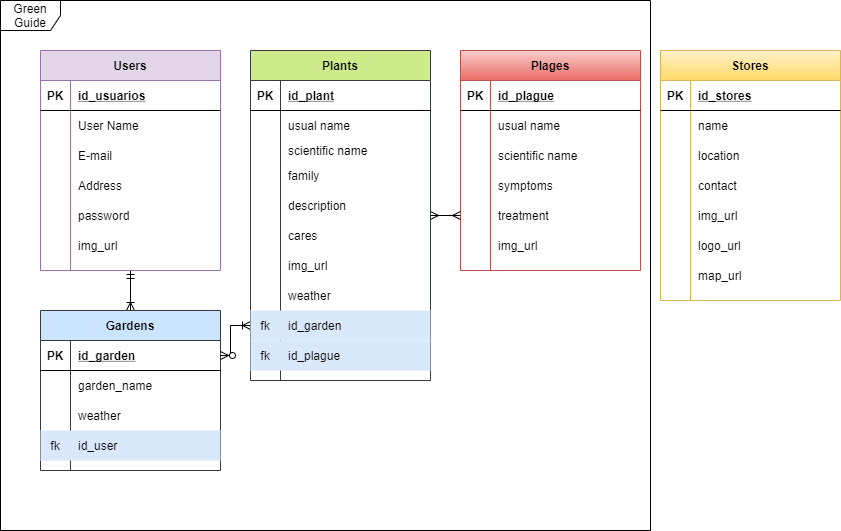
The draw.io diagram Untitled Diagram.png in Green-Guide-utch/Entity-Relationship-Model, before a commit. Source tidied: cells renumbered, new cells last; positions are measured from the earlier drawing's top-left corner, leaving out a move shared by most shapes.
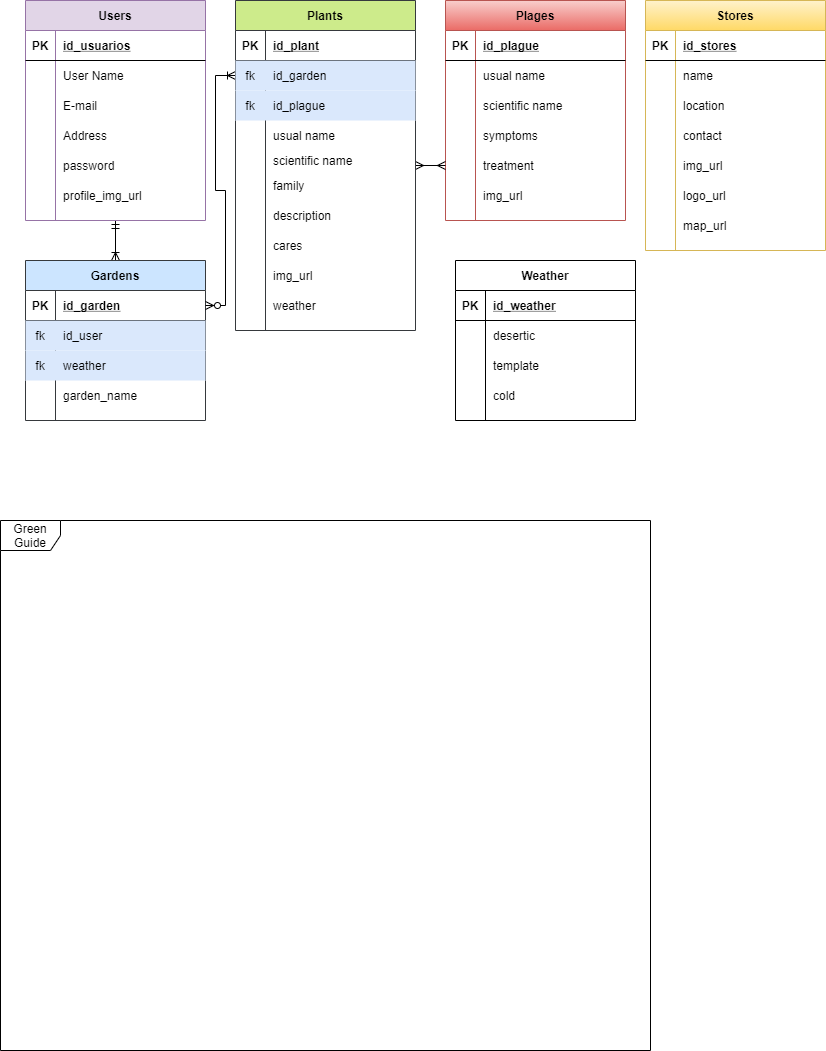
After the change.

The edit, as a diff of the source:
```diff
@@ -3,7 +3,7 @@
     <mxCell id="0" />
     <mxCell id="1" parent="0" />
     <mxCell id="2" value="Green Guide" style="shape=umlFrame;whiteSpace=wrap;html=1;" parent="1" vertex="1">
-      <mxGeometry width="650" height="530" as="geometry" />
+      <mxGeometry x="15" y="570" width="650" height="530" as="geometry" />
     </mxCell>
     <mxCell id="3" value="Plages" style="shape=table;startSize=30;rowLines=0;fontStyle=1;align=center;fillColor=#f8cecc;strokeColor=#b85450;gradientColor=#ea6b66;" parent="1" vertex="1">
       <mxGeometry x="460" y="50" width="180" height="220" as="geometry" />
@@ -122,7 +122,7 @@
     <mxCell id="41" style="shape=partialRectangle;fillColor=none;top=0;left=0;bottom=0;right=0;overflow=hidden;" parent="40" vertex="1">
       <mxGeometry width="30" height="30" as="geometry" />
     </mxCell>
-    <mxCell id="42" value="img_url" style="shape=partialRectangle;fillColor=none;top=0;left=0;bottom=0;right=0;align=left;spacingLeft=6;overflow=hidden;" parent="40" vertex="1">
+    <mxCell id="42" value="profile_img_url" style="shape=partialRectangle;fillColor=none;top=0;left=0;bottom=0;right=0;align=left;spacingLeft=6;overflow=hidden;" parent="40" vertex="1">
       <mxGeometry x="30" width="150" height="30" as="geometry" />
     </mxCell>
     <mxCell id="43" value="Gardens" style="shape=table;startSize=30;rowLines=0;fontStyle=1;align=center;fillColor=#cce5ff;strokeColor=#36393d;" parent="1" vertex="1">
@@ -137,8 +137,26 @@
     <mxCell id="46" value="id_garden" style="shape=partialRectangle;fillColor=none;top=0;left=0;bottom=0;right=0;align=left;spacingLeft=6;fontStyle=5;overflow=hidden;" parent="44" vertex="1">
       <mxGeometry x="30" width="150" height="30" as="geometry" />
     </mxCell>
+    <mxCell id="53" style="shape=partialRectangle;fillColor=#dae8fc;top=0;left=0;bottom=0;right=0;strokeColor=#6c8ebf;" parent="43" vertex="1">
+      <mxGeometry y="60" width="180" height="30" as="geometry" />
+    </mxCell>
+    <mxCell id="54" value="fk" style="shape=partialRectangle;fillColor=none;top=0;left=0;bottom=0;right=0;overflow=hidden;" parent="53" vertex="1">
+      <mxGeometry width="30" height="30" as="geometry" />
+    </mxCell>
+    <mxCell id="55" value="id_user" style="shape=partialRectangle;fillColor=none;top=0;left=0;bottom=0;right=0;align=left;spacingLeft=6;overflow=hidden;" parent="53" vertex="1">
+      <mxGeometry x="30" width="150" height="30" as="geometry" />
+    </mxCell>
+    <mxCell id="50" style="shape=partialRectangle;fillColor=#dae8fc;top=0;left=0;bottom=0;right=0;strokeColor=#6c8ebf;" parent="43" vertex="1">
+      <mxGeometry y="90" width="180" height="30" as="geometry" />
+    </mxCell>
+    <mxCell id="51" value="fk" style="shape=partialRectangle;fillColor=none;top=0;left=0;bottom=0;right=0;overflow=hidden;" parent="50" vertex="1">
+      <mxGeometry width="30" height="30" as="geometry" />
+    </mxCell>
+    <mxCell id="52" value="weather" style="shape=partialRectangle;fillColor=none;top=0;left=0;bottom=0;right=0;align=left;spacingLeft=6;overflow=hidden;" parent="50" vertex="1">
+      <mxGeometry x="30" width="150" height="30" as="geometry" />
+    </mxCell>
     <mxCell id="47" style="shape=partialRectangle;fillColor=none;top=0;left=0;bottom=0;right=0;" parent="43" vertex="1">
-      <mxGeometry y="60" width="180" height="30" as="geometry" />
+      <mxGeometry y="120" width="180" height="30" as="geometry" />
     </mxCell>
     <mxCell id="48" style="shape=partialRectangle;fillColor=none;top=0;left=0;bottom=0;right=0;overflow=hidden;" parent="47" vertex="1">
       <mxGeometry width="30" height="30" as="geometry" />
@@ -146,24 +164,6 @@
     <mxCell id="49" value="garden_name" style="shape=partialRectangle;fillColor=none;top=0;left=0;bottom=0;right=0;align=left;spacingLeft=6;overflow=hidden;" parent="47" vertex="1">
       <mxGeometry x="30" width="150" height="30" as="geometry" />
     </mxCell>
-    <mxCell id="50" style="shape=partialRectangle;fillColor=none;top=0;left=0;bottom=0;right=0;" parent="43" vertex="1">
-      <mxGeometry y="90" width="180" height="30" as="geometry" />
-    </mxCell>
-    <mxCell id="51" style="shape=partialRectangle;fillColor=none;top=0;left=0;bottom=0;right=0;overflow=hidden;" parent="50" vertex="1">
-      <mxGeometry width="30" height="30" as="geometry" />
-    </mxCell>
-    <mxCell id="52" value="weather" style="shape=partialRectangle;fillColor=none;top=0;left=0;bottom=0;right=0;align=left;spacingLeft=6;overflow=hidden;" parent="50" vertex="1">
-      <mxGeometry x="30" width="150" height="30" as="geometry" />
-    </mxCell>
-    <mxCell id="53" style="shape=partialRectangle;fillColor=#dae8fc;top=0;left=0;bottom=0;right=0;strokeColor=#6c8ebf;" parent="43" vertex="1">
-      <mxGeometry y="120" width="180" height="30" as="geometry" />
-    </mxCell>
-    <mxCell id="54" value="fk" style="shape=partialRectangle;fillColor=none;top=0;left=0;bottom=0;right=0;overflow=hidden;" parent="53" vertex="1">
-      <mxGeometry width="30" height="30" as="geometry" />
-    </mxCell>
-    <mxCell id="55" value="id_user" style="shape=partialRectangle;fillColor=none;top=0;left=0;bottom=0;right=0;align=left;spacingLeft=6;overflow=hidden;" parent="53" vertex="1">
-      <mxGeometry x="30" width="150" height="30" as="geometry" />
-    </mxCell>
     <mxCell id="56" style="edgeStyle=orthogonalEdgeStyle;rounded=0;jettySize=auto;html=1;entryX=1;entryY=0.5;entryDx=0;entryDy=0;endArrow=ERzeroToMany;endFill=1;startArrow=ERoneToMany;startFill=0;" parent="1" edge="1" source="82" target="44">
       <mxGeometry relative="1" as="geometry" />
     </mxCell>
@@ -179,8 +179,26 @@
     <mxCell id="60" value="id_plant" style="shape=partialRectangle;fillColor=none;top=0;left=0;bottom=0;right=0;align=left;spacingLeft=6;fontStyle=5;overflow=hidden;" parent="58" vertex="1">
       <mxGeometry x="30" width="150" height="30" as="geometry" />
     </mxCell>
+    <mxCell id="82" style="shape=partialRectangle;fillColor=#dae8fc;top=0;left=0;bottom=0;right=0;points=[[0,0.5],[1,0.5]];portConstraint=eastwest;strokeColor=#6c8ebf;" parent="57" vertex="1">
+      <mxGeometry y="60" width="180" height="30" as="geometry" />
+    </mxCell>
+    <mxCell id="83" value="fk" style="shape=partialRectangle;fillColor=none;top=0;left=0;bottom=0;right=0;overflow=hidden;" parent="82" vertex="1">
+      <mxGeometry width="30" height="30" as="geometry" />
+    </mxCell>
+    <mxCell id="84" value="id_garden" style="shape=partialRectangle;fillColor=none;top=0;left=0;bottom=0;right=0;align=left;spacingLeft=6;overflow=hidden;" parent="82" vertex="1">
+      <mxGeometry x="30" width="150" height="30" as="geometry" />
+    </mxCell>
+    <mxCell id="85" style="shape=partialRectangle;fillColor=#dae8fc;top=0;left=0;bottom=0;right=0;strokeColor=#6c8ebf;" parent="57" vertex="1">
+      <mxGeometry y="90" width="180" height="30" as="geometry" />
+    </mxCell>
+    <mxCell id="86" value="fk" style="shape=partialRectangle;fillColor=none;top=0;left=0;bottom=0;right=0;overflow=hidden;" parent="85" vertex="1">
+      <mxGeometry width="30" height="30" as="geometry" />
+    </mxCell>
+    <mxCell id="87" value="id_plague" style="shape=partialRectangle;top=0;left=0;bottom=0;right=0;align=left;spacingLeft=6;overflow=hidden;gradientColor=#ffffff;fillColor=none;" parent="85" vertex="1">
+      <mxGeometry x="30" width="150" height="30" as="geometry" />
+    </mxCell>
     <mxCell id="61" style="shape=partialRectangle;fillColor=none;top=0;left=0;bottom=0;right=0;" parent="57" vertex="1">
-      <mxGeometry y="60" width="180" height="30" as="geometry" />
+      <mxGeometry y="120" width="180" height="30" as="geometry" />
     </mxCell>
     <mxCell id="62" style="shape=partialRectangle;fillColor=none;top=0;left=0;bottom=0;right=0;overflow=hidden;" parent="61" vertex="1">
       <mxGeometry width="30" height="30" as="geometry" />
@@ -189,7 +207,7 @@
       <mxGeometry x="30" width="150" height="30" as="geometry" />
     </mxCell>
     <mxCell id="64" style="shape=partialRectangle;fillColor=none;top=0;left=0;bottom=0;right=0;" parent="57" vertex="1">
-      <mxGeometry y="90" width="180" height="20" as="geometry" />
+      <mxGeometry y="150" width="180" height="20" as="geometry" />
     </mxCell>
     <mxCell id="65" style="shape=partialRectangle;fillColor=none;top=0;left=0;bottom=0;right=0;overflow=hidden;" parent="64" vertex="1">
       <mxGeometry width="30" height="20" as="geometry" />
@@ -198,7 +216,7 @@
       <mxGeometry x="30" width="150" height="20" as="geometry" />
     </mxCell>
     <mxCell id="67" style="shape=partialRectangle;fillColor=none;top=0;left=0;bottom=0;right=0;" parent="57" vertex="1">
-      <mxGeometry y="110" width="180" height="30" as="geometry" />
+      <mxGeometry y="170" width="180" height="30" as="geometry" />
     </mxCell>
     <mxCell id="68" style="shape=partialRectangle;fillColor=none;top=0;left=0;bottom=0;right=0;overflow=hidden;" parent="67" vertex="1">
       <mxGeometry width="30" height="30" as="geometry" />
@@ -207,7 +225,7 @@
       <mxGeometry x="30" width="150" height="30" as="geometry" />
     </mxCell>
     <mxCell id="70" style="shape=partialRectangle;fillColor=none;top=0;left=0;bottom=0;right=0;" parent="57" vertex="1">
-      <mxGeometry y="140" width="180" height="30" as="geometry" />
+      <mxGeometry y="200" width="180" height="30" as="geometry" />
     </mxCell>
     <mxCell id="71" style="shape=partialRectangle;fillColor=none;top=0;left=0;bottom=0;right=0;overflow=hidden;" parent="70" vertex="1">
       <mxGeometry width="30" height="30" as="geometry" />
@@ -216,7 +234,7 @@
       <mxGeometry x="30" width="150" height="30" as="geometry" />
     </mxCell>
     <mxCell id="73" style="shape=partialRectangle;fillColor=none;top=0;left=0;bottom=0;right=0;" parent="57" vertex="1">
-      <mxGeometry y="170" width="180" height="30" as="geometry" />
+      <mxGeometry y="230" width="180" height="30" as="geometry" />
     </mxCell>
     <mxCell id="74" style="shape=partialRectangle;fillColor=none;top=0;left=0;bottom=0;right=0;overflow=hidden;" parent="73" vertex="1">
       <mxGeometry width="30" height="30" as="geometry" />
@@ -225,7 +243,7 @@
       <mxGeometry x="30" width="150" height="30" as="geometry" />
     </mxCell>
     <mxCell id="76" style="shape=partialRectangle;fillColor=none;top=0;left=0;bottom=0;right=0;" parent="57" vertex="1">
-      <mxGeometry y="200" width="180" height="30" as="geometry" />
+      <mxGeometry y="260" width="180" height="30" as="geometry" />
     </mxCell>
     <mxCell id="77" style="shape=partialRectangle;fillColor=none;top=0;left=0;bottom=0;right=0;overflow=hidden;" parent="76" vertex="1">
       <mxGeometry width="30" height="30" as="geometry" />
@@ -234,7 +252,7 @@
       <mxGeometry x="30" width="150" height="30" as="geometry" />
     </mxCell>
     <mxCell id="79" style="shape=partialRectangle;fillColor=none;top=0;left=0;bottom=0;right=0;" parent="57" vertex="1">
-      <mxGeometry y="230" width="180" height="30" as="geometry" />
+      <mxGeometry y="290" width="180" height="30" as="geometry" />
     </mxCell>
     <mxCell id="80" style="shape=partialRectangle;fillColor=none;top=0;left=0;bottom=0;right=0;overflow=hidden;" parent="79" vertex="1">
       <mxGeometry width="30" height="30" as="geometry" />
@@ -242,24 +260,6 @@
     <mxCell id="81" value="weather" style="shape=partialRectangle;fillColor=none;top=0;left=0;bottom=0;right=0;align=left;spacingLeft=6;overflow=hidden;" parent="79" vertex="1">
       <mxGeometry x="30" width="150" height="30" as="geometry" />
     </mxCell>
-    <mxCell id="82" style="shape=partialRectangle;fillColor=#dae8fc;top=0;left=0;bottom=0;right=0;points=[[0,0.5],[1,0.5]];portConstraint=eastwest;strokeColor=#6c8ebf;" parent="57" vertex="1">
-      <mxGeometry y="260" width="180" height="30" as="geometry" />
-    </mxCell>
-    <mxCell id="83" value="fk" style="shape=partialRectangle;fillColor=none;top=0;left=0;bottom=0;right=0;overflow=hidden;" parent="82" vertex="1">
-      <mxGeometry width="30" height="30" as="geometry" />
-    </mxCell>
-    <mxCell id="84" value="id_garden" style="shape=partialRectangle;fillColor=none;top=0;left=0;bottom=0;right=0;align=left;spacingLeft=6;overflow=hidden;" parent="82" vertex="1">
-      <mxGeometry x="30" width="150" height="30" as="geometry" />
-    </mxCell>
-    <mxCell id="85" style="shape=partialRectangle;fillColor=#dae8fc;top=0;left=0;bottom=0;right=0;strokeColor=#6c8ebf;" parent="57" vertex="1">
-      <mxGeometry y="290" width="180" height="30" as="geometry" />
-    </mxCell>
-    <mxCell id="86" value="fk" style="shape=partialRectangle;fillColor=none;top=0;left=0;bottom=0;right=0;overflow=hidden;" parent="85" vertex="1">
-      <mxGeometry width="30" height="30" as="geometry" />
-    </mxCell>
-    <mxCell id="87" value="id_plague" style="shape=partialRectangle;top=0;left=0;bottom=0;right=0;align=left;spacingLeft=6;overflow=hidden;gradientColor=#ffffff;fillColor=none;" parent="85" vertex="1">
-      <mxGeometry x="30" width="150" height="30" as="geometry" />
-    </mxCell>
     <mxCell id="88" value="Stores" style="shape=table;startSize=30;rowLines=0;fontStyle=1;align=center;gradientColor=#ffd966;fillColor=#fff2cc;strokeColor=#d6b656;" parent="1" vertex="1">
       <mxGeometry x="660" y="50" width="180" height="250" as="geometry" />
     </mxCell>
@@ -326,5 +326,44 @@
     <mxCell id="109" value="map_url" style="shape=partialRectangle;fillColor=none;top=0;left=0;bottom=0;right=0;align=left;spacingLeft=6;overflow=hidden;" parent="107" vertex="1">
       <mxGeometry x="30" width="150" height="30" as="geometry" />
     </mxCell>
+    <mxCell id="110" value="Weather" style="shape=table;startSize=30;rowLines=0;fontStyle=1;align=center;strokeColor=#000000;fillColor=none;gradientColor=#ffffff;" parent="1" vertex="1">
+      <mxGeometry x="470" y="310" width="180" height="160" as="geometry" />
+    </mxCell>
+    <mxCell id="111" style="shape=partialRectangle;fillColor=none;top=0;left=0;bottom=1;right=0;" parent="110" vertex="1">
+      <mxGeometry y="30" width="180" height="30" as="geometry" />
+    </mxCell>
+    <mxCell id="112" value="PK" style="shape=partialRectangle;fillColor=none;top=0;left=0;bottom=0;right=0;fontStyle=1;overflow=hidden;" parent="111" vertex="1">
+      <mxGeometry width="30" height="30" as="geometry" />
+    </mxCell>
+    <mxCell id="113" value="id_weather" style="shape=partialRectangle;fillColor=none;top=0;left=0;bottom=0;right=0;align=left;spacingLeft=6;fontStyle=5;overflow=hidden;" parent="111" vertex="1">
+      <mxGeometry x="30" width="150" height="30" as="geometry" />
+    </mxCell>
+    <mxCell id="114" style="shape=partialRectangle;fillColor=none;top=0;left=0;bottom=0;right=0;" parent="110" vertex="1">
+      <mxGeometry y="60" width="180" height="30" as="geometry" />
+    </mxCell>
+    <mxCell id="115" style="shape=partialRectangle;fillColor=none;top=0;left=0;bottom=0;right=0;overflow=hidden;" parent="114" vertex="1">
+      <mxGeometry width="30" height="30" as="geometry" />
+    </mxCell>
+    <mxCell id="116" value="desertic" style="shape=partialRectangle;fillColor=none;top=0;left=0;bottom=0;right=0;align=left;spacingLeft=6;overflow=hidden;" parent="114" vertex="1">
+      <mxGeometry x="30" width="150" height="30" as="geometry" />
+    </mxCell>
+    <mxCell id="117" style="shape=partialRectangle;fillColor=none;top=0;left=0;bottom=0;right=0;" parent="110" vertex="1">
+      <mxGeometry y="90" width="180" height="30" as="geometry" />
+    </mxCell>
+    <mxCell id="118" style="shape=partialRectangle;fillColor=none;top=0;left=0;bottom=0;right=0;overflow=hidden;" parent="117" vertex="1">
+      <mxGeometry width="30" height="30" as="geometry" />
+    </mxCell>
+    <mxCell id="119" value="template" style="shape=partialRectangle;fillColor=none;top=0;left=0;bottom=0;right=0;align=left;spacingLeft=6;overflow=hidden;" parent="117" vertex="1">
+      <mxGeometry x="30" width="150" height="30" as="geometry" />
+    </mxCell>
+    <mxCell id="120" style="shape=partialRectangle;fillColor=none;top=0;left=0;bottom=0;right=0;" parent="110" vertex="1">
+      <mxGeometry y="120" width="180" height="30" as="geometry" />
+    </mxCell>
+    <mxCell id="121" style="shape=partialRectangle;fillColor=none;top=0;left=0;bottom=0;right=0;overflow=hidden;" parent="120" vertex="1">
+      <mxGeometry width="30" height="30" as="geometry" />
+    </mxCell>
+    <mxCell id="122" value="cold" style="shape=partialRectangle;fillColor=none;top=0;left=0;bottom=0;right=0;align=left;spacingLeft=6;overflow=hidden;" parent="120" vertex="1">
+      <mxGeometry x="30" width="150" height="30" as="geometry" />
+    </mxCell>
   </root>
 </mxGraphModel>
```
